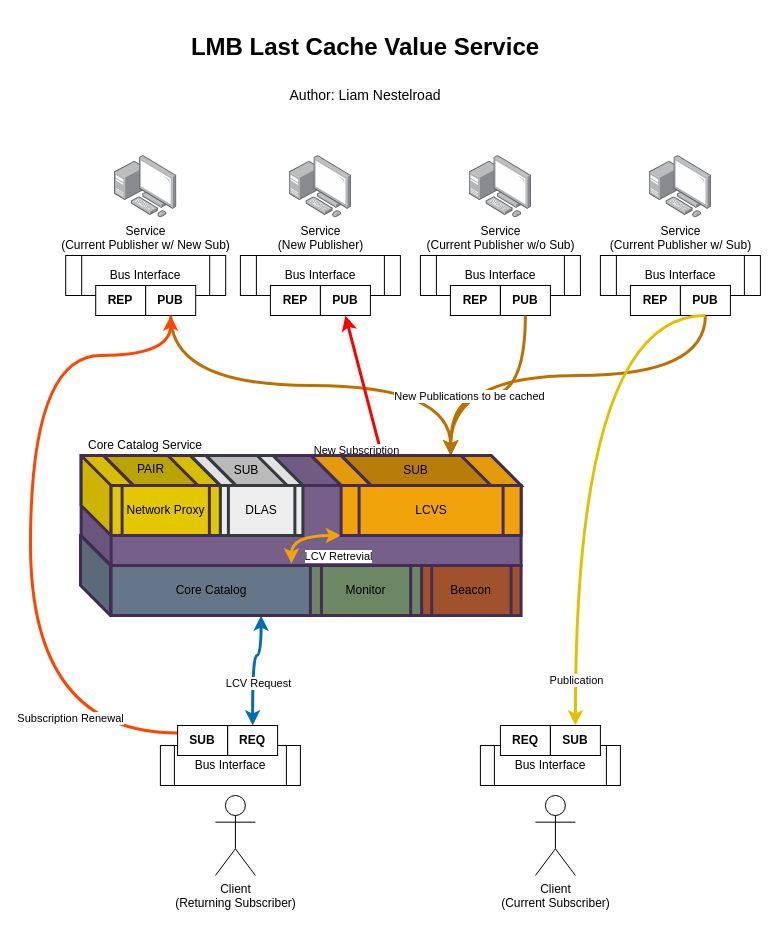
This is page "Last Cached Value Service" (4 of 9) of LMB_architecture.drawio from lnestelroad/Hermes, a draw.io file, before an edit. Source tidied: cells renumbered, new cells numbered last; positions are measured from the earlier drawing's top-left corner, leaving out a move shared by most shapes. Both pictures are drawn from the tidied source at 100%, with x=0, y=0 at pixel (30, 27).
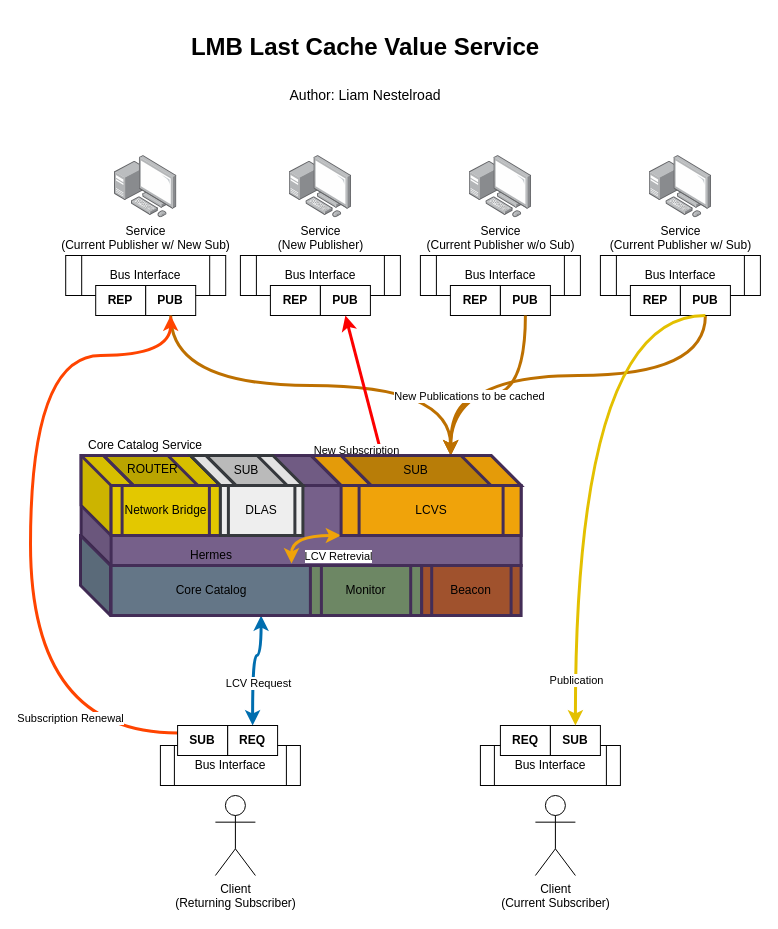
Above is the later version.

The change refers to these unchanged cells:
```xml
<mxCell id="47" style="group;" parent="1" vertex="1">
  <mxGeometry x="49.9" y="428" width="440.7" height="161.6" as="geometry" />
</mxCell>
```

The edit, as a diff of the source:
```diff
@@
-    <mxCell id="56" value="&lt;font color=&quot;#000000&quot;&gt;Network Proxy&lt;/font&gt;" style="shape=process;whiteSpace=wrap;html=1;backgroundOutline=1;strokeWidth=3;fillColor=#e3c800;fontColor=#ffffff;strokeColor=#432D57;" parent="47" vertex="1">
+    <mxCell id="56" value="&lt;span style=&quot;color: rgb(0 , 0 , 0)&quot;&gt;Network Bridge&lt;/span&gt;" style="shape=process;whiteSpace=wrap;html=1;backgroundOutline=1;strokeWidth=3;fillColor=#e3c800;fontColor=#ffffff;strokeColor=#432D57;" parent="47" vertex="1">
       <mxGeometry x="30.7" y="30" width="109.3" height="50" as="geometry" />
     </mxCell>
@@
-    <mxCell id="64" value="&lt;div style=&quot;text-align: center&quot;&gt;&lt;span&gt;&lt;font color=&quot;#000000&quot; face=&quot;helvetica&quot;&gt;PAIR&lt;/font&gt;&lt;/span&gt;&lt;/div&gt;" style="text;whiteSpace=wrap;html=1;" parent="47" vertex="1">
-      <mxGeometry x="55" width="50" height="30" as="geometry" />
+    <mxCell id="64" value="&lt;div style=&quot;text-align: center&quot;&gt;&lt;span&gt;&lt;font color=&quot;#000000&quot; face=&quot;helvetica&quot;&gt;ROUTER&lt;/font&gt;&lt;/span&gt;&lt;/div&gt;" style="text;whiteSpace=wrap;html=1;" parent="47" vertex="1">
+      <mxGeometry x="45.3" width="50" height="30" as="geometry" />
     </mxCell>
@@
+    <mxCell id="67" value="&lt;font color=&quot;#000000&quot;&gt;Hermes&lt;/font&gt;" style="text;html=1;strokeColor=none;fillColor=none;align=center;verticalAlign=middle;whiteSpace=wrap;rounded=0;" parent="47" vertex="1">
+      <mxGeometry x="66.9" y="90" width="127.6" height="20" as="geometry" />
+    </mxCell>
```
